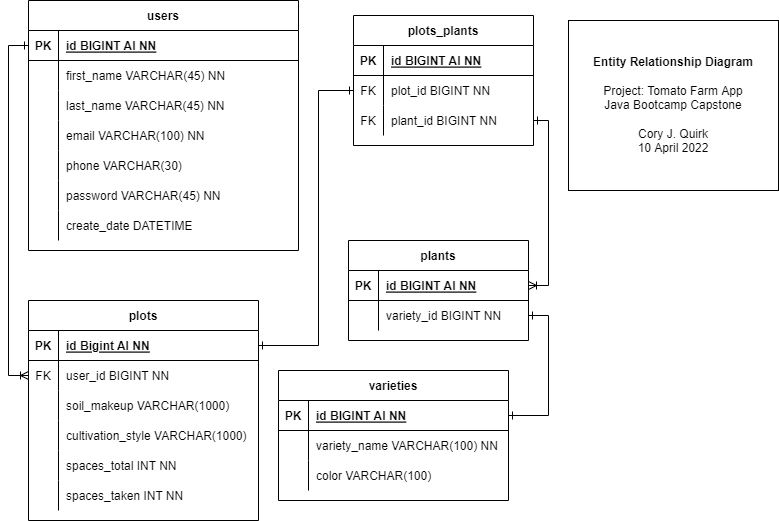
coryjquirk/TomatoFarm keeps this draw.io diagram as notes/diagrams/capstone-erd.drawio.png. Above is the earlier version. Source tidied: cells renumbered, new cells last; positions are measured from the earlier drawing's top-left corner, leaving out a move shared by most shapes.
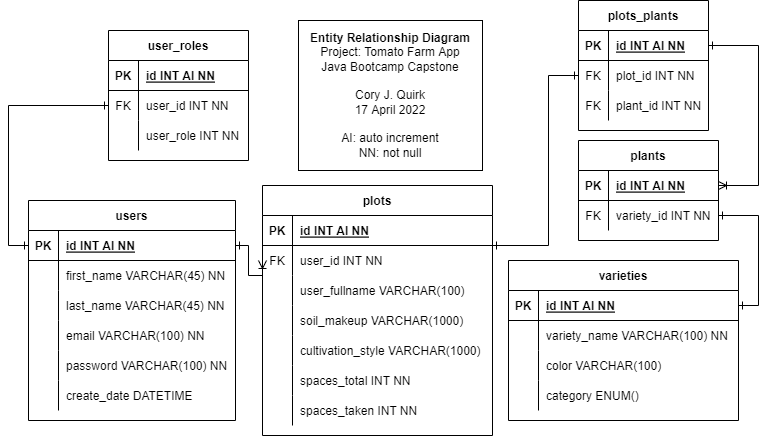
After the commit.

The edit, as a diff of the source:
```diff
@@ -4,4 +4,4 @@
     <mxCell id="1" parent="0" />
-    <mxCell id="2" value="&lt;b&gt;Entity Relationship Diagram&lt;br&gt;&lt;/b&gt;&lt;br&gt;Project: Tomato Farm App&lt;br&gt;Java Bootcamp Capstone&lt;br&gt;&lt;br&gt;Cory J. Quirk&lt;br&gt;10 April 2022" style="whiteSpace=wrap;html=1;" parent="1" vertex="1">
-      <mxGeometry x="560" y="20" width="210" height="170" as="geometry" />
+    <mxCell id="2" value="&lt;b&gt;Entity Relationship Diagram&lt;/b&gt;&lt;br&gt;Project: Tomato Farm App&lt;br&gt;Java Bootcamp Capstone&lt;br&gt;&lt;br&gt;Cory J. Quirk&lt;br&gt;17 April 2022&lt;br&gt;&lt;br&gt;AI: auto increment&lt;br&gt;NN: not null" style="whiteSpace=wrap;html=1;" parent="1" vertex="1">
+      <mxGeometry x="350" y="120" width="184" height="150" as="geometry" />
     </mxCell>
@@ -13,6 +13,6 @@
     <mxCell id="4" value="users" style="shape=table;startSize=30;rowLines=0;fontStyle=1;align=center;" parent="1" vertex="1">
-      <mxGeometry x="20" width="270" height="250" as="geometry" />
+      <mxGeometry x="80" y="300" width="207" height="220" as="geometry" />
     </mxCell>
     <mxCell id="5" style="shape=tableRow;horizontal=0;startSize=0;swimlaneHead=0;swimlaneBody=0;fillColor=none;points=[[0,0.5],[1,0.5]];portConstraint=eastwest;top=0;left=0;right=0;bottom=1;" parent="4" vertex="1">
-      <mxGeometry y="30" width="270" height="30" as="geometry" />
+      <mxGeometry y="30" width="207" height="30" as="geometry" />
     </mxCell>
@@ -21,7 +21,7 @@
     </mxCell>
-    <mxCell id="7" value="id BIGINT AI NN" style="shape=partialRectangle;fillColor=none;top=0;left=0;bottom=0;right=0;align=left;spacingLeft=6;fontStyle=5;overflow=hidden;" parent="5" vertex="1">
-      <mxGeometry x="30" width="240" height="30" as="geometry" />
+    <mxCell id="7" value="id INT AI NN" style="shape=partialRectangle;fillColor=none;top=0;left=0;bottom=0;right=0;align=left;spacingLeft=6;fontStyle=5;overflow=hidden;" parent="5" vertex="1">
+      <mxGeometry x="30" width="177" height="30" as="geometry" />
     </mxCell>
     <mxCell id="8" style="shape=tableRow;horizontal=0;startSize=0;swimlaneHead=0;swimlaneBody=0;fillColor=none;top=0;left=0;right=0;bottom=0;" parent="4" vertex="1">
-      <mxGeometry y="60" width="270" height="30" as="geometry" />
+      <mxGeometry y="60" width="207" height="30" as="geometry" />
     </mxCell>
@@ -31,6 +31,6 @@
     <mxCell id="10" value="first_name VARCHAR(45) NN" style="shape=partialRectangle;fillColor=none;top=0;left=0;bottom=0;right=0;align=left;spacingLeft=6;overflow=hidden;" parent="8" vertex="1">
-      <mxGeometry x="30" width="240" height="30" as="geometry" />
+      <mxGeometry x="30" width="177" height="30" as="geometry" />
     </mxCell>
     <mxCell id="11" style="shape=tableRow;horizontal=0;startSize=0;swimlaneHead=0;swimlaneBody=0;fillColor=none;top=0;left=0;right=0;bottom=0;" parent="4" vertex="1">
-      <mxGeometry y="90" width="270" height="30" as="geometry" />
+      <mxGeometry y="90" width="207" height="30" as="geometry" />
     </mxCell>
@@ -40,6 +40,6 @@
     <mxCell id="13" value="last_name VARCHAR(45) NN" style="shape=partialRectangle;fillColor=none;top=0;left=0;bottom=0;right=0;align=left;spacingLeft=6;overflow=hidden;" parent="11" vertex="1">
-      <mxGeometry x="30" width="240" height="30" as="geometry" />
+      <mxGeometry x="30" width="177" height="30" as="geometry" />
     </mxCell>
     <mxCell id="14" style="shape=tableRow;horizontal=0;startSize=0;swimlaneHead=0;swimlaneBody=0;fillColor=none;top=0;left=0;right=0;bottom=0;" parent="4" vertex="1">
-      <mxGeometry y="120" width="270" height="30" as="geometry" />
+      <mxGeometry y="120" width="207" height="30" as="geometry" />
     </mxCell>
@@ -49,15 +49,6 @@
     <mxCell id="16" value="email VARCHAR(100) NN" style="shape=partialRectangle;fillColor=none;top=0;left=0;bottom=0;right=0;align=left;spacingLeft=6;overflow=hidden;" parent="14" vertex="1">
-      <mxGeometry x="30" width="240" height="30" as="geometry" />
+      <mxGeometry x="30" width="177" height="30" as="geometry" />
     </mxCell>
-    <mxCell id="17" style="shape=tableRow;horizontal=0;startSize=0;swimlaneHead=0;swimlaneBody=0;fillColor=none;top=0;left=0;right=0;bottom=0;" parent="4" vertex="1">
-      <mxGeometry y="150" width="270" height="30" as="geometry" />
-    </mxCell>
-    <mxCell id="18" style="shape=partialRectangle;fillColor=none;top=0;left=0;bottom=0;right=0;overflow=hidden;" parent="17" vertex="1">
-      <mxGeometry width="30" height="30" as="geometry" />
-    </mxCell>
-    <mxCell id="19" value="phone VARCHAR(30)" style="shape=partialRectangle;fillColor=none;top=0;left=0;bottom=0;right=0;align=left;spacingLeft=6;overflow=hidden;" parent="17" vertex="1">
-      <mxGeometry x="30" width="240" height="30" as="geometry" />
-    </mxCell>
     <mxCell id="20" style="shape=tableRow;horizontal=0;startSize=0;swimlaneHead=0;swimlaneBody=0;fillColor=none;top=0;left=0;right=0;bottom=0;" parent="4" vertex="1">
-      <mxGeometry y="180" width="270" height="30" as="geometry" />
+      <mxGeometry y="150" width="207" height="30" as="geometry" />
     </mxCell>
@@ -66,7 +57,7 @@
     </mxCell>
-    <mxCell id="22" value="password VARCHAR(45) NN" style="shape=partialRectangle;fillColor=none;top=0;left=0;bottom=0;right=0;align=left;spacingLeft=6;overflow=hidden;" parent="20" vertex="1">
-      <mxGeometry x="30" width="240" height="30" as="geometry" />
+    <mxCell id="22" value="password VARCHAR(100) NN" style="shape=partialRectangle;fillColor=none;top=0;left=0;bottom=0;right=0;align=left;spacingLeft=6;overflow=hidden;" parent="20" vertex="1">
+      <mxGeometry x="30" width="177" height="30" as="geometry" />
     </mxCell>
     <mxCell id="23" style="shape=tableRow;horizontal=0;startSize=0;swimlaneHead=0;swimlaneBody=0;fillColor=none;top=0;left=0;right=0;bottom=0;" parent="4" vertex="1">
-      <mxGeometry y="210" width="270" height="30" as="geometry" />
+      <mxGeometry y="180" width="207" height="30" as="geometry" />
     </mxCell>
@@ -76,3 +67,3 @@
     <mxCell id="25" value="create_date DATETIME" style="shape=partialRectangle;fillColor=none;top=0;left=0;bottom=0;right=0;align=left;spacingLeft=6;overflow=hidden;" parent="23" vertex="1">
-      <mxGeometry x="30" width="240" height="30" as="geometry" />
+      <mxGeometry x="30" width="177" height="30" as="geometry" />
     </mxCell>
@@ -82,3 +73,3 @@
     <mxCell id="27" value="plots" style="shape=table;startSize=30;rowLines=0;fontStyle=1;align=center;" parent="1" vertex="1">
-      <mxGeometry x="20" y="300" width="230" height="220" as="geometry" />
+      <mxGeometry x="314" y="285" width="230" height="250" as="geometry" />
     </mxCell>
@@ -90,3 +81,3 @@
     </mxCell>
-    <mxCell id="30" value="id Bigint AI NN" style="shape=partialRectangle;fillColor=none;top=0;left=0;bottom=0;right=0;align=left;spacingLeft=6;fontStyle=5;overflow=hidden;" parent="28" vertex="1">
+    <mxCell id="30" value="id INT AI NN" style="shape=partialRectangle;fillColor=none;top=0;left=0;bottom=0;right=0;align=left;spacingLeft=6;fontStyle=5;overflow=hidden;" parent="28" vertex="1">
       <mxGeometry x="30" width="200" height="30" as="geometry" />
@@ -99,7 +90,16 @@
     </mxCell>
-    <mxCell id="33" value="user_id BIGINT NN" style="shape=partialRectangle;fillColor=none;top=0;left=0;bottom=0;right=0;align=left;spacingLeft=6;overflow=hidden;" parent="31" vertex="1">
+    <mxCell id="33" value="user_id INT NN" style="shape=partialRectangle;fillColor=none;top=0;left=0;bottom=0;right=0;align=left;spacingLeft=6;overflow=hidden;" parent="31" vertex="1">
       <mxGeometry x="30" width="200" height="30" as="geometry" />
     </mxCell>
+    <mxCell id="77" style="shape=tableRow;horizontal=0;startSize=0;swimlaneHead=0;swimlaneBody=0;fillColor=none;top=0;left=0;right=0;bottom=0;" parent="27" vertex="1">
+      <mxGeometry y="90" width="230" height="30" as="geometry" />
+    </mxCell>
+    <mxCell id="78" style="shape=partialRectangle;fillColor=none;top=0;left=0;bottom=0;right=0;overflow=hidden;" parent="77" vertex="1">
+      <mxGeometry width="30" height="30" as="geometry" />
+    </mxCell>
+    <mxCell id="79" value="user_fullname VARCHAR(100)" style="shape=partialRectangle;fillColor=none;top=0;left=0;bottom=0;right=0;align=left;spacingLeft=6;overflow=hidden;" parent="77" vertex="1">
+      <mxGeometry x="30" width="200" height="30" as="geometry" />
+    </mxCell>
     <mxCell id="34" style="shape=tableRow;horizontal=0;startSize=0;swimlaneHead=0;swimlaneBody=0;fillColor=none;top=0;left=0;right=0;bottom=0;" parent="27" vertex="1">
-      <mxGeometry y="90" width="230" height="30" as="geometry" />
+      <mxGeometry y="120" width="230" height="30" as="geometry" />
     </mxCell>
@@ -112,3 +112,3 @@
     <mxCell id="37" style="shape=tableRow;horizontal=0;startSize=0;swimlaneHead=0;swimlaneBody=0;fillColor=none;top=0;left=0;right=0;bottom=0;" parent="27" vertex="1">
-      <mxGeometry y="120" width="230" height="30" as="geometry" />
+      <mxGeometry y="150" width="230" height="30" as="geometry" />
     </mxCell>
@@ -121,3 +121,3 @@
     <mxCell id="40" style="shape=tableRow;horizontal=0;startSize=0;swimlaneHead=0;swimlaneBody=0;fillColor=none;top=0;left=0;right=0;bottom=0;" parent="27" vertex="1">
-      <mxGeometry y="150" width="230" height="30" as="geometry" />
+      <mxGeometry y="180" width="230" height="30" as="geometry" />
     </mxCell>
@@ -130,3 +130,3 @@
     <mxCell id="43" style="shape=tableRow;horizontal=0;startSize=0;swimlaneHead=0;swimlaneBody=0;fillColor=none;top=0;left=0;right=0;bottom=0;" parent="27" vertex="1">
-      <mxGeometry y="180" width="230" height="30" as="geometry" />
+      <mxGeometry y="210" width="230" height="30" as="geometry" />
     </mxCell>
@@ -139,3 +139,3 @@
     <mxCell id="46" value="varieties" style="shape=table;startSize=30;rowLines=0;fontStyle=1;align=center;" parent="1" vertex="1">
-      <mxGeometry x="270" y="370" width="230" height="130" as="geometry" />
+      <mxGeometry x="560" y="360" width="230" height="160" as="geometry" />
     </mxCell>
@@ -147,3 +147,3 @@
     </mxCell>
-    <mxCell id="49" value="id BIGINT AI NN" style="shape=partialRectangle;fillColor=none;top=0;left=0;bottom=0;right=0;align=left;spacingLeft=6;fontStyle=5;overflow=hidden;" parent="47" vertex="1">
+    <mxCell id="49" value="id INT AI NN" style="shape=partialRectangle;fillColor=none;top=0;left=0;bottom=0;right=0;align=left;spacingLeft=6;fontStyle=5;overflow=hidden;" parent="47" vertex="1">
       <mxGeometry x="30" width="200" height="30" as="geometry" />
@@ -168,7 +168,16 @@
     </mxCell>
+    <mxCell id="80" style="shape=tableRow;horizontal=0;startSize=0;swimlaneHead=0;swimlaneBody=0;fillColor=none;top=0;left=0;right=0;bottom=0;" parent="46" vertex="1">
+      <mxGeometry y="120" width="230" height="30" as="geometry" />
+    </mxCell>
+    <mxCell id="81" style="shape=partialRectangle;fillColor=none;top=0;left=0;bottom=0;right=0;overflow=hidden;" parent="80" vertex="1">
+      <mxGeometry width="30" height="30" as="geometry" />
+    </mxCell>
+    <mxCell id="82" value="category ENUM()" style="shape=partialRectangle;fillColor=none;top=0;left=0;bottom=0;right=0;align=left;spacingLeft=6;overflow=hidden;" parent="80" vertex="1">
+      <mxGeometry x="30" width="200" height="30" as="geometry" />
+    </mxCell>
     <mxCell id="56" value="plots_plants" style="shape=table;startSize=30;rowLines=0;fontStyle=1;align=center;" parent="1" vertex="1">
-      <mxGeometry x="345" y="15" width="180" height="130" as="geometry" />
+      <mxGeometry x="630" y="100" width="130" height="130" as="geometry" />
     </mxCell>
     <mxCell id="57" style="shape=tableRow;horizontal=0;startSize=0;swimlaneHead=0;swimlaneBody=0;fillColor=none;points=[[0,0.5],[1,0.5]];portConstraint=eastwest;top=0;left=0;right=0;bottom=1;" parent="56" vertex="1">
-      <mxGeometry y="30" width="180" height="30" as="geometry" />
+      <mxGeometry y="30" width="130" height="30" as="geometry" />
     </mxCell>
@@ -177,7 +186,7 @@
     </mxCell>
-    <mxCell id="59" value="id BIGINT AI NN" style="shape=partialRectangle;fillColor=none;top=0;left=0;bottom=0;right=0;align=left;spacingLeft=6;fontStyle=5;overflow=hidden;" parent="57" vertex="1">
-      <mxGeometry x="30" width="150" height="30" as="geometry" />
+    <mxCell id="59" value="id INT AI NN" style="shape=partialRectangle;fillColor=none;top=0;left=0;bottom=0;right=0;align=left;spacingLeft=6;fontStyle=5;overflow=hidden;" parent="57" vertex="1">
+      <mxGeometry x="30" width="100" height="30" as="geometry" />
     </mxCell>
     <mxCell id="60" style="shape=tableRow;horizontal=0;startSize=0;swimlaneHead=0;swimlaneBody=0;fillColor=none;points=[[0,0.5],[1,0.5]];portConstraint=eastwest;top=0;left=0;right=0;bottom=0;" parent="56" vertex="1">
-      <mxGeometry y="60" width="180" height="30" as="geometry" />
+      <mxGeometry y="60" width="130" height="30" as="geometry" />
     </mxCell>
@@ -186,7 +195,7 @@
     </mxCell>
-    <mxCell id="62" value="plot_id BIGINT NN" style="shape=partialRectangle;fillColor=none;top=0;left=0;bottom=0;right=0;align=left;spacingLeft=6;overflow=hidden;" parent="60" vertex="1">
-      <mxGeometry x="30" width="150" height="30" as="geometry" />
+    <mxCell id="62" value="plot_id INT NN" style="shape=partialRectangle;fillColor=none;top=0;left=0;bottom=0;right=0;align=left;spacingLeft=6;overflow=hidden;" parent="60" vertex="1">
+      <mxGeometry x="30" width="100" height="30" as="geometry" />
     </mxCell>
     <mxCell id="63" style="shape=tableRow;horizontal=0;startSize=0;swimlaneHead=0;swimlaneBody=0;fillColor=none;points=[[0,0.5],[1,0.5]];portConstraint=eastwest;top=0;left=0;right=0;bottom=0;" parent="56" vertex="1">
-      <mxGeometry y="90" width="180" height="30" as="geometry" />
+      <mxGeometry y="90" width="130" height="30" as="geometry" />
     </mxCell>
@@ -195,10 +204,10 @@
     </mxCell>
-    <mxCell id="65" value="plant_id BIGINT NN" style="shape=partialRectangle;fillColor=none;top=0;left=0;bottom=0;right=0;align=left;spacingLeft=6;overflow=hidden;" parent="63" vertex="1">
-      <mxGeometry x="30" width="150" height="30" as="geometry" />
+    <mxCell id="65" value="plant_id INT NN" style="shape=partialRectangle;fillColor=none;top=0;left=0;bottom=0;right=0;align=left;spacingLeft=6;overflow=hidden;" parent="63" vertex="1">
+      <mxGeometry x="30" width="100" height="30" as="geometry" />
     </mxCell>
     <mxCell id="66" value="plants" style="shape=table;startSize=30;rowLines=0;fontStyle=1;align=center;" parent="1" vertex="1">
-      <mxGeometry x="340" y="240" width="180" height="100" as="geometry" />
+      <mxGeometry x="630" y="240" width="140" height="100" as="geometry" />
     </mxCell>
     <mxCell id="67" style="shape=tableRow;horizontal=0;startSize=0;swimlaneHead=0;swimlaneBody=0;fillColor=none;points=[[0,0.5],[1,0.5]];portConstraint=eastwest;top=0;left=0;right=0;bottom=1;" parent="66" vertex="1">
-      <mxGeometry y="30" width="180" height="30" as="geometry" />
+      <mxGeometry y="30" width="140" height="30" as="geometry" />
     </mxCell>
@@ -207,19 +216,19 @@
     </mxCell>
-    <mxCell id="69" value="id BIGINT AI NN" style="shape=partialRectangle;fillColor=none;top=0;left=0;bottom=0;right=0;align=left;spacingLeft=6;fontStyle=5;overflow=hidden;" parent="67" vertex="1">
-      <mxGeometry x="30" width="150" height="30" as="geometry" />
+    <mxCell id="69" value="id INT AI NN" style="shape=partialRectangle;fillColor=none;top=0;left=0;bottom=0;right=0;align=left;spacingLeft=6;fontStyle=5;overflow=hidden;" parent="67" vertex="1">
+      <mxGeometry x="30" width="110" height="30" as="geometry" />
     </mxCell>
     <mxCell id="70" style="shape=tableRow;horizontal=0;startSize=0;swimlaneHead=0;swimlaneBody=0;fillColor=none;points=[[0,0.5],[1,0.5]];portConstraint=eastwest;top=0;left=0;right=0;bottom=0;" parent="66" vertex="1">
-      <mxGeometry y="60" width="180" height="30" as="geometry" />
+      <mxGeometry y="60" width="140" height="30" as="geometry" />
     </mxCell>
-    <mxCell id="71" style="shape=partialRectangle;fillColor=none;top=0;left=0;bottom=0;right=0;overflow=hidden;" parent="70" vertex="1">
+    <mxCell id="71" value="FK" style="shape=partialRectangle;fillColor=none;top=0;left=0;bottom=0;right=0;overflow=hidden;" parent="70" vertex="1">
       <mxGeometry width="30" height="30" as="geometry" />
     </mxCell>
-    <mxCell id="72" value="variety_id BIGINT NN" style="shape=partialRectangle;fillColor=none;top=0;left=0;bottom=0;right=0;align=left;spacingLeft=6;overflow=hidden;" parent="70" vertex="1">
-      <mxGeometry x="30" width="150" height="30" as="geometry" />
+    <mxCell id="72" value="variety_id INT NN" style="shape=partialRectangle;fillColor=none;top=0;left=0;bottom=0;right=0;align=left;spacingLeft=6;overflow=hidden;" parent="70" vertex="1">
+      <mxGeometry x="30" width="110" height="30" as="geometry" />
     </mxCell>
-    <mxCell id="73" style="edgeStyle=orthogonalEdgeStyle;rounded=0;jettySize=auto;html=1;entryX=0;entryY=0.5;entryDx=0;entryDy=0;startArrow=ERoneToMany;startFill=0;endArrow=ERone;endFill=0;exitX=0;exitY=0.5;exitDx=0;exitDy=0;" parent="1" edge="1" source="31" target="5">
+    <mxCell id="73" style="edgeStyle=orthogonalEdgeStyle;rounded=0;jettySize=auto;html=1;entryX=1;entryY=0.5;entryDx=0;entryDy=0;startArrow=ERoneToMany;startFill=0;endArrow=ERone;endFill=0;exitX=0;exitY=0.5;exitDx=0;exitDy=0;" parent="1" edge="1" source="31" target="5">
       <mxGeometry relative="1" as="geometry">
         <Array as="points">
-          <mxPoint y="375" />
-          <mxPoint y="45" />
+          <mxPoint x="300" y="375" />
+          <mxPoint x="300" y="345" />
         </Array>
@@ -228,3 +237,8 @@
     <mxCell id="74" style="edgeStyle=orthogonalEdgeStyle;rounded=0;jettySize=auto;html=1;exitX=1;exitY=0.5;exitDx=0;exitDy=0;entryX=1;entryY=0.5;entryDx=0;entryDy=0;startArrow=ERone;startFill=0;endArrow=ERone;endFill=0;" parent="1" edge="1" source="70" target="47">
-      <mxGeometry relative="1" as="geometry" />
+      <mxGeometry relative="1" as="geometry">
+        <Array as="points">
+          <mxPoint x="810" y="315" />
+          <mxPoint x="810" y="405" />
+        </Array>
+      </mxGeometry>
     </mxCell>
@@ -233,4 +247,4 @@
         <Array as="points">
-          <mxPoint x="310" y="345" />
-          <mxPoint x="310" y="90" />
+          <mxPoint x="600" y="345" />
+          <mxPoint x="600" y="175" />
         </Array>
@@ -238,7 +252,7 @@
     </mxCell>
-    <mxCell id="76" style="edgeStyle=orthogonalEdgeStyle;rounded=0;jettySize=auto;html=1;entryX=1;entryY=0.5;entryDx=0;entryDy=0;startArrow=ERone;startFill=0;endArrow=ERoneToMany;endFill=0;" parent="1" edge="1" source="63" target="67">
+    <mxCell id="76" style="edgeStyle=orthogonalEdgeStyle;rounded=0;jettySize=auto;html=1;entryX=1;entryY=0.5;entryDx=0;entryDy=0;startArrow=ERone;startFill=0;endArrow=ERoneToMany;endFill=0;exitX=1;exitY=0.5;exitDx=0;exitDy=0;" parent="1" edge="1" source="57" target="67">
       <mxGeometry relative="1" as="geometry">
         <Array as="points">
-          <mxPoint x="540" y="120" />
-          <mxPoint x="540" y="285" />
+          <mxPoint x="810" y="145" />
+          <mxPoint x="810" y="285" />
         </Array>
@@ -246,2 +260,40 @@
     </mxCell>
+    <mxCell id="83" value="user_roles" style="shape=table;startSize=30;rowLines=0;fontStyle=1;align=center;" parent="1" vertex="1">
+      <mxGeometry x="160" y="130" width="140" height="130" as="geometry" />
+    </mxCell>
+    <mxCell id="84" style="shape=tableRow;horizontal=0;startSize=0;swimlaneHead=0;swimlaneBody=0;fillColor=none;top=0;left=0;right=0;bottom=1;" parent="83" vertex="1">
+      <mxGeometry y="30" width="140" height="30" as="geometry" />
+    </mxCell>
+    <mxCell id="85" value="PK" style="shape=partialRectangle;fillColor=none;top=0;left=0;bottom=0;right=0;fontStyle=1;overflow=hidden;" parent="84" vertex="1">
+      <mxGeometry width="30" height="30" as="geometry" />
+    </mxCell>
+    <mxCell id="86" value="id INT AI NN" style="shape=partialRectangle;fillColor=none;top=0;left=0;bottom=0;right=0;align=left;spacingLeft=6;fontStyle=5;overflow=hidden;" parent="84" vertex="1">
+      <mxGeometry x="30" width="110" height="30" as="geometry" />
+    </mxCell>
+    <mxCell id="87" style="shape=tableRow;horizontal=0;startSize=0;swimlaneHead=0;swimlaneBody=0;fillColor=none;points=[[0,0.5],[1,0.5]];portConstraint=eastwest;top=0;left=0;right=0;bottom=0;" parent="83" vertex="1">
+      <mxGeometry y="60" width="140" height="30" as="geometry" />
+    </mxCell>
+    <mxCell id="88" value="FK" style="shape=partialRectangle;fillColor=none;top=0;left=0;bottom=0;right=0;overflow=hidden;" parent="87" vertex="1">
+      <mxGeometry width="30" height="30" as="geometry" />
+    </mxCell>
+    <mxCell id="89" value="user_id INT NN" style="shape=partialRectangle;fillColor=none;top=0;left=0;bottom=0;right=0;align=left;spacingLeft=6;overflow=hidden;" parent="87" vertex="1">
+      <mxGeometry x="30" width="110" height="30" as="geometry" />
+    </mxCell>
+    <mxCell id="90" style="shape=tableRow;horizontal=0;startSize=0;swimlaneHead=0;swimlaneBody=0;fillColor=none;top=0;left=0;right=0;bottom=0;" parent="83" vertex="1">
+      <mxGeometry y="90" width="140" height="30" as="geometry" />
+    </mxCell>
+    <mxCell id="91" style="shape=partialRectangle;fillColor=none;top=0;left=0;bottom=0;right=0;overflow=hidden;" parent="90" vertex="1">
+      <mxGeometry width="30" height="30" as="geometry" />
+    </mxCell>
+    <mxCell id="92" value="user_role INT NN" style="shape=partialRectangle;fillColor=none;top=0;left=0;bottom=0;right=0;align=left;spacingLeft=6;overflow=hidden;" parent="90" vertex="1">
+      <mxGeometry x="30" width="110" height="30" as="geometry" />
+    </mxCell>
+    <mxCell id="93" style="edgeStyle=orthogonalEdgeStyle;rounded=0;jettySize=auto;html=1;exitX=0;exitY=0.5;exitDx=0;exitDy=0;startArrow=ERone;startFill=0;endArrow=ERone;endFill=0;" parent="1" edge="1" source="5" target="87">
+      <mxGeometry relative="1" as="geometry">
+        <Array as="points">
+          <mxPoint x="60" y="345" />
+          <mxPoint x="60" y="205" />
+        </Array>
+      </mxGeometry>
+    </mxCell>
   </root>
```
